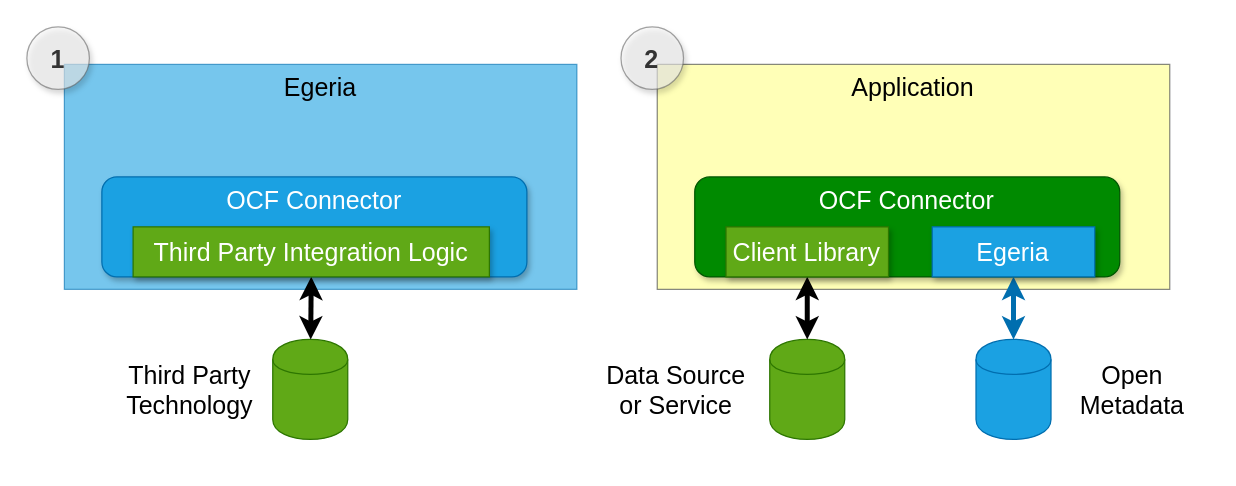
odpi/egeria-docs keeps this draw.io diagram as page "use-of-connectors" (1 of 6) of site/docs/guides/developer/developer-guide.drawio. Above is the earlier version. Source tidied: cells renumbered, new cells numbered last; positions are measured from the earlier drawing's top-left corner, leaving out a move shared by most shapes. Both pictures are drawn from the tidied source at 125%, with x=0, y=0 at pixel (26, 26).
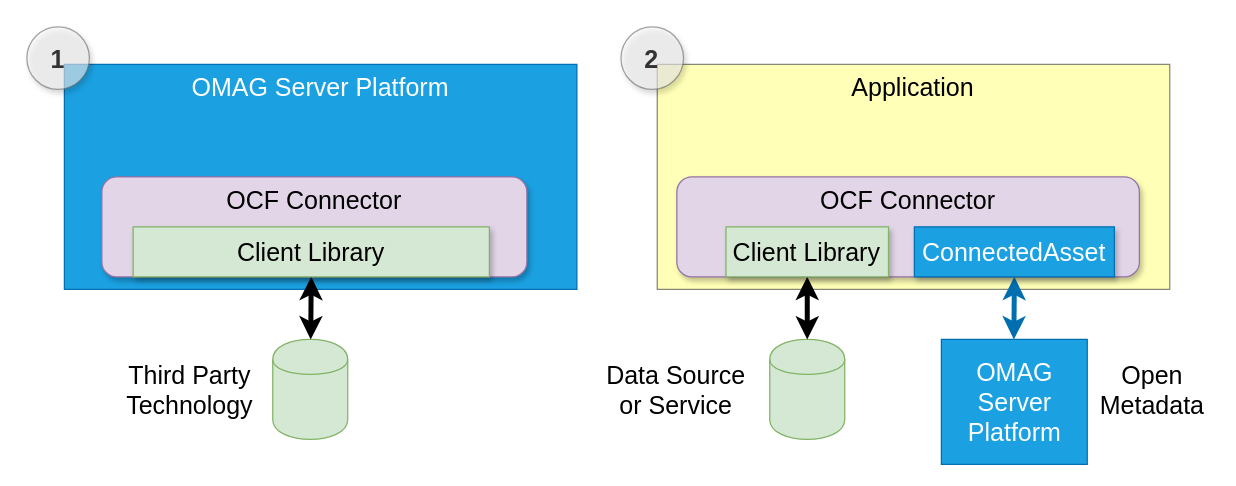
The same page after the edit.

Diff of the diagram source:
```diff
@@
-    <mxCell id="3" style="shape=cylinder;whiteSpace=wrap;html=1;boundedLbl=1;backgroundOutline=1;shadow=0;strokeWidth=1;fillColor=#60a917;fontSize=20;strokeColor=#2D7600;fontColor=#ffffff;" parent="1" vertex="1">
+    <mxCell id="3" style="shape=cylinder;whiteSpace=wrap;html=1;boundedLbl=1;backgroundOutline=1;shadow=0;strokeWidth=1;fillColor=#d5e8d4;fontSize=20;strokeColor=#82b366;" parent="1" vertex="1">
       <mxGeometry x="594.3" y="250" width="60" height="80" as="geometry" />
     </mxCell>
-    <mxCell id="4" value="OCF Connector" style="rounded=1;whiteSpace=wrap;html=1;shadow=1;strokeWidth=1;fillColor=#008a00;fontSize=20;verticalAlign=top;strokeColor=#005700;fontColor=#ffffff;" parent="1" vertex="1">
-      <mxGeometry x="534.3" y="120" width="340" height="80" as="geometry" />
+    <mxCell id="4" value="OCF Connector" style="rounded=1;whiteSpace=wrap;html=1;shadow=1;strokeWidth=1;fillColor=#e1d5e7;fontSize=20;verticalAlign=top;strokeColor=#9673a6;" parent="1" vertex="1">
+      <mxGeometry x="520" y="120" width="370" height="80" as="geometry" />
     </mxCell>
@@
-    <mxCell id="6" value="Client Library" style="rounded=0;whiteSpace=wrap;html=1;shadow=1;strokeWidth=1;fillColor=#60a917;fontSize=20;strokeColor=#2D7600;fontColor=#ffffff;" parent="1" vertex="1">
+    <mxCell id="6" value="Client Library" style="rounded=0;whiteSpace=wrap;html=1;shadow=1;strokeWidth=1;fillColor=#d5e8d4;fontSize=20;strokeColor=#82b366;" parent="1" vertex="1">
       <mxGeometry x="559.3" y="160" width="130" height="40" as="geometry" />
     </mxCell>
@@
-    <mxCell id="8" style="shape=cylinder;whiteSpace=wrap;html=1;boundedLbl=1;backgroundOutline=1;shadow=0;strokeWidth=1;fillColor=#1ba1e2;fontSize=20;strokeColor=#006EAF;fontColor=#ffffff;" parent="1" vertex="1">
-      <mxGeometry x="759.3" y="250" width="60" height="80" as="geometry" />
-    </mxCell>
-    <mxCell id="9" style="edgeStyle=none;rounded=0;jettySize=auto;html=1;exitX=0.5;exitY=1;exitDx=0;exitDy=0;startArrow=classic;startFill=1;endArrow=classic;endFill=1;strokeWidth=4;fontSize=20;fillColor=#1ba1e2;strokeColor=#006EAF;" parent="1" edge="1" source="10" target="8">
-      <mxGeometry relative="1" as="geometry" />
+    <mxCell id="9" style="edgeStyle=none;rounded=0;jettySize=auto;html=1;exitX=0.5;exitY=1;exitDx=0;exitDy=0;startArrow=classic;startFill=1;endArrow=classic;endFill=1;strokeWidth=4;fontSize=20;fillColor=#1ba1e2;strokeColor=#006EAF;" parent="1" edge="1" source="10">
+      <mxGeometry relative="1" as="geometry">
+        <mxPoint x="789.6" y="250" as="targetPoint" />
+      </mxGeometry>
     </mxCell>
-    <mxCell id="10" value="Egeria" style="rounded=0;whiteSpace=wrap;html=1;shadow=1;strokeWidth=1;fillColor=#1ba1e2;fontSize=20;strokeColor=#006EAF;fontColor=#ffffff;" parent="1" vertex="1">
-      <mxGeometry x="724.3" y="160" width="130" height="40" as="geometry" />
+    <mxCell id="10" value="ConnectedAsset" style="rounded=0;whiteSpace=wrap;html=1;shadow=1;strokeWidth=1;fillColor=#1ba1e2;fontSize=20;strokeColor=#006EAF;fontColor=#ffffff;" parent="1" vertex="1">
+      <mxGeometry x="710" y="160" width="160" height="40" as="geometry" />
     </mxCell>
     <mxCell id="11" value="Open&lt;br&gt;Metadata" style="text;html=1;align=center;verticalAlign=middle;fontSize=20;" parent="1" vertex="1">
-      <mxGeometry x="834.3" y="265" width="100" height="50" as="geometry" />
+      <mxGeometry x="850" y="265" width="100" height="50" as="geometry" />
     </mxCell>
-    <mxCell id="12" value="Egeria" style="rounded=0;whiteSpace=wrap;html=1;shadow=0;strokeWidth=1;fillColor=#1ba1e2;fontSize=20;verticalAlign=top;strokeColor=#006EAF;opacity=60;fontColor=#000000;" parent="1" vertex="1">
+    <mxCell id="12" value="OMAG Server Platform" style="rounded=0;whiteSpace=wrap;html=1;shadow=0;strokeWidth=1;fillColor=#1ba1e2;fontSize=20;verticalAlign=top;strokeColor=#006EAF;fontColor=#ffffff;" parent="1" vertex="1">
       <mxGeometry x="30" y="30" width="410" height="180" as="geometry" />
     </mxCell>
-    <mxCell id="13" style="shape=cylinder;whiteSpace=wrap;html=1;boundedLbl=1;backgroundOutline=1;shadow=0;strokeWidth=1;fillColor=#60a917;fontSize=20;strokeColor=#2D7600;fontColor=#ffffff;" parent="1" vertex="1">
+    <mxCell id="13" style="shape=cylinder;whiteSpace=wrap;html=1;boundedLbl=1;backgroundOutline=1;shadow=0;strokeWidth=1;fillColor=#d5e8d4;fontSize=20;strokeColor=#82b366;" parent="1" vertex="1">
       <mxGeometry x="196.7" y="250" width="60" height="80" as="geometry" />
     </mxCell>
-    <mxCell id="14" value="OCF Connector" style="rounded=1;whiteSpace=wrap;html=1;shadow=1;strokeWidth=1;fillColor=#1ba1e2;fontSize=20;verticalAlign=top;strokeColor=#006EAF;fontColor=#ffffff;" parent="1" vertex="1">
+    <mxCell id="14" value="OCF Connector" style="rounded=1;whiteSpace=wrap;html=1;shadow=1;strokeWidth=1;fillColor=#e1d5e7;fontSize=20;verticalAlign=top;strokeColor=#9673a6;" parent="1" vertex="1">
       <mxGeometry x="60" y="120" width="340" height="80" as="geometry" />
     </mxCell>
@@
-    <mxCell id="16" value="Third Party Integration Logic" style="rounded=0;whiteSpace=wrap;html=1;shadow=1;strokeWidth=1;fillColor=#60a917;fontSize=20;strokeColor=#2D7600;fontColor=#ffffff;" parent="1" vertex="1">
+    <mxCell id="16" value="Client Library" style="rounded=0;whiteSpace=wrap;html=1;shadow=1;strokeWidth=1;fillColor=#d5e8d4;fontSize=20;strokeColor=#82b366;" parent="1" vertex="1">
       <mxGeometry x="85" y="160" width="285" height="40" as="geometry" />
     </mxCell>
@@
+    <mxCell id="20" value="OMAG Server Platform" style="rounded=0;whiteSpace=wrap;html=1;shadow=0;strokeWidth=1;fillColor=#1ba1e2;fontSize=20;verticalAlign=middle;strokeColor=#006EAF;fontColor=#ffffff;" parent="1" vertex="1">
+      <mxGeometry x="731.6" y="250" width="116.7" height="100" as="geometry" />
+    </mxCell>
```
